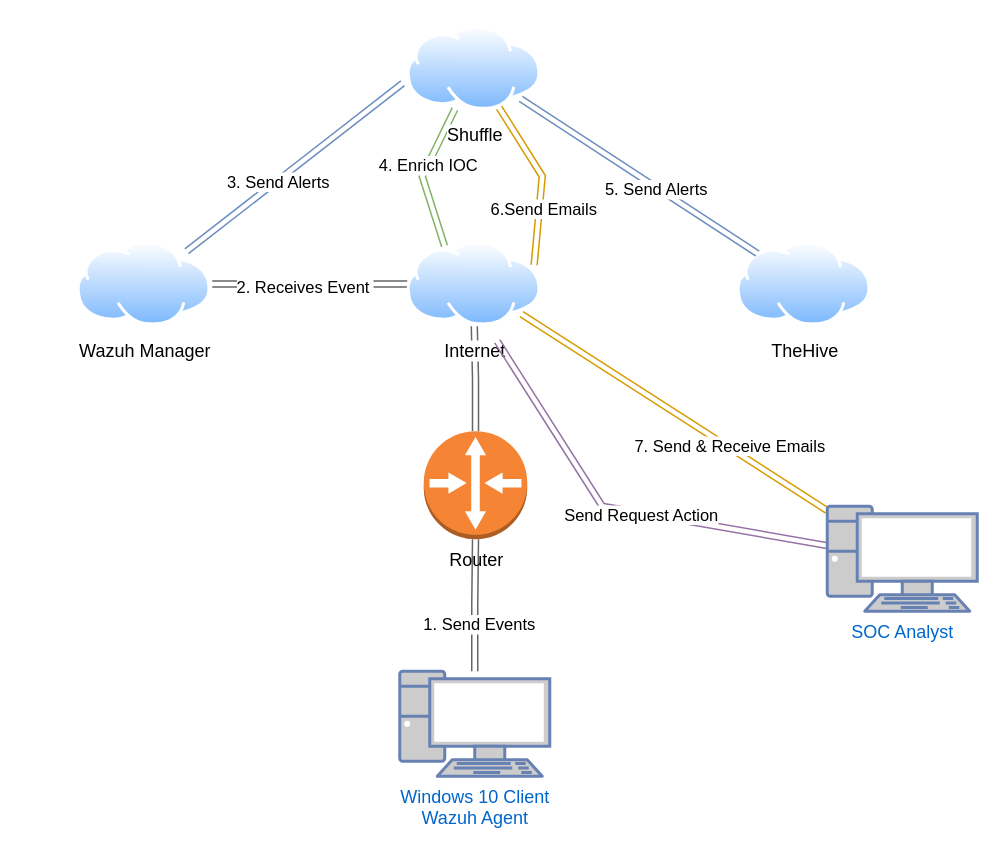
This is Untitled Diagram.drawio from Haynes013/PortfolioWebsite, a draw.io file, before an edit. Source tidied: cells renumbered, new cells numbered last; positions are measured from the earlier drawing's top-left corner, leaving out a move shared by most shapes. Both pictures are drawn from the tidied source at 150%, with x=0, y=0 at pixel (76, 26).
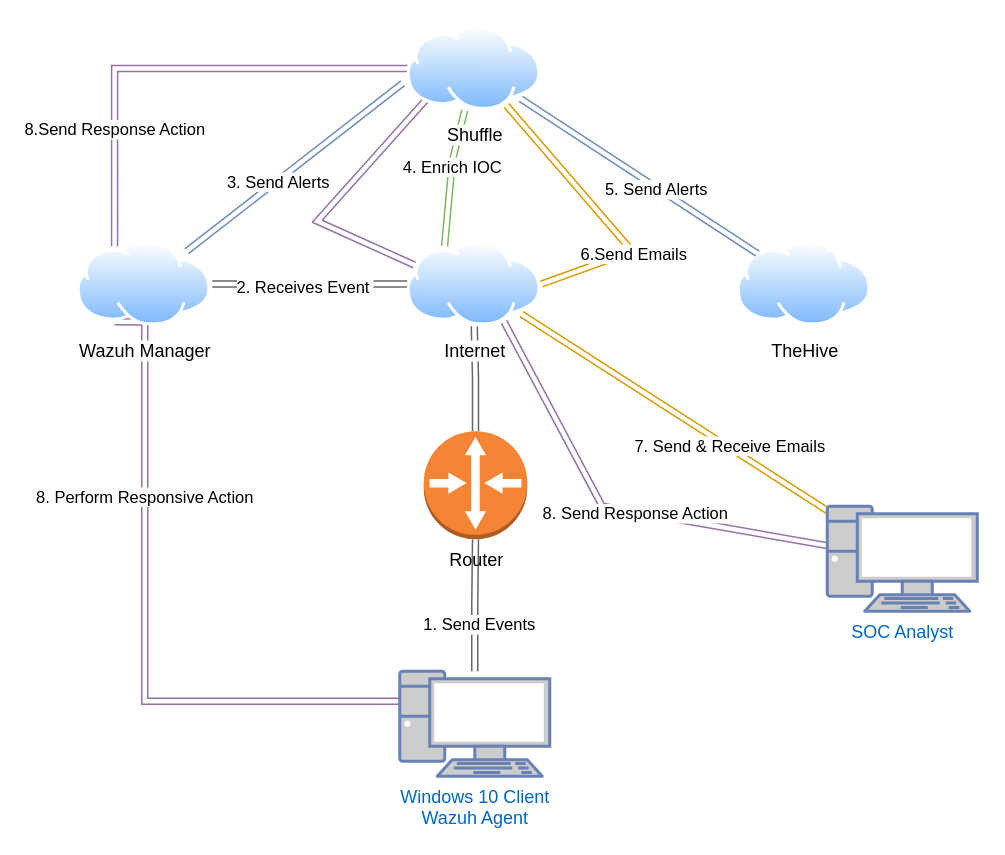
The same diagram, later.

Commit message:
Finished Network Diagram

The change refers to these unchanged cells:
```xml
<mxCell id="4" value="Windows 10 Client&lt;div&gt;Wazuh Agent&lt;/div&gt;" style="fontColor=#0066CC;verticalAlign=top;verticalLabelPosition=bottom;labelPosition=center;align=center;html=1;outlineConnect=0;fillColor=#CCCCCC;strokeColor=#6881B3;gradientColor=none;gradientDirection=north;strokeWidth=2;shape=mxgraph.networks.pc;" parent="1" vertex="1">
  <mxGeometry x="215" y="430" width="100" height="70" as="geometry" />
</mxCell>
<mxCell id="9" value="Internet" style="image;perimeter=ellipsePerimeter;html=1;align=center;shadow=0;dashed=0;spacingTop=3;image=img/lib/active_directory/internet_cloud.svg;" parent="1" vertex="1">
  <mxGeometry x="220" y="143.7" width="89.4" height="56.3" as="geometry" />
</mxCell>
<mxCell id="12" value="Wazuh Manager" style="image;perimeter=ellipsePerimeter;html=1;align=center;shadow=0;dashed=0;spacingTop=3;image=img/lib/active_directory/internet_cloud.svg;" parent="1" vertex="1">
  <mxGeometry y="143.7" width="89.4" height="56.3" as="geometry" />
</mxCell>
<mxCell id="20" value="Shuffle" style="image;perimeter=ellipsePerimeter;html=1;align=center;shadow=0;dashed=0;spacingTop=3;image=img/lib/active_directory/internet_cloud.svg;" parent="1" vertex="1">
  <mxGeometry x="220" width="89.4" height="56.3" as="geometry" />
</mxCell>
<mxCell id="25" value="SOC Analyst" style="fontColor=#0066CC;verticalAlign=top;verticalLabelPosition=bottom;labelPosition=center;align=center;html=1;outlineConnect=0;fillColor=#CCCCCC;strokeColor=#6881B3;gradientColor=none;gradientDirection=north;strokeWidth=2;shape=mxgraph.networks.pc;" parent="1" vertex="1">
  <mxGeometry x="500" y="320" width="100" height="70" as="geometry" />
</mxCell>
```

Diff of the diagram source:
```diff
@@
+    <mxCell id="26" style="rounded=0;jettySize=auto;html=1;exitX=0;exitY=0.25;exitDx=0;exitDy=0;entryX=0;entryY=1;entryDx=0;entryDy=0;fillColor=#e1d5e7;strokeColor=#9673a6;shape=link;" parent="1" edge="1" source="9" target="20">
+      <mxGeometry relative="1" as="geometry">
+        <Array as="points">
+          <mxPoint x="160" y="130" />
+        </Array>
+      </mxGeometry>
+    </mxCell>
@@
+    <mxCell id="27" style="edgeStyle=orthogonalEdgeStyle;rounded=0;jettySize=auto;html=1;exitX=0.25;exitY=1;exitDx=0;exitDy=0;shape=link;fillColor=#e1d5e7;strokeColor=#9673a6;width=4;" parent="1" edge="1" source="12" target="4">
+      <mxGeometry relative="1" as="geometry">
+        <Array as="points">
+          <mxPoint x="45" y="197" />
+          <mxPoint x="45" y="450" />
+        </Array>
+      </mxGeometry>
+    </mxCell>
+    <mxCell id="28" value="8. Perform Responsive Action" style="edgeLabel;html=1;align=center;verticalAlign=middle;" parent="27" vertex="1">
+      <mxGeometry x="-0.38" y="-1" relative="1" as="geometry" />
+    </mxCell>
@@
     <mxCell id="14" style="rounded=0;jettySize=auto;html=1;entryX=0.25;entryY=0;entryDx=0;entryDy=0;fillColor=#d5e8d4;strokeColor=#82b366;shape=link;" parent="1" edge="1" source="20" target="9">
       <mxGeometry relative="1" as="geometry">
         <Array as="points">
-          <mxPoint x="230" y="100" />
+          <mxPoint x="250" y="90" />
         </Array>
       </mxGeometry>
     </mxCell>
@@
-    <mxCell id="18" style="rounded=0;jettySize=auto;html=1;entryX=1;entryY=0.25;entryDx=0;entryDy=0;shape=link;fillColor=#ffe6cc;strokeColor=#d79b00;" parent="1" edge="1" source="20" target="9">
+    <mxCell id="18" style="rounded=0;jettySize=auto;html=1;entryX=1;entryY=0.5;entryDx=0;entryDy=0;shape=link;fillColor=#ffe6cc;strokeColor=#d79b00;" parent="1" edge="1" source="20" target="9">
       <mxGeometry relative="1" as="geometry">
         <Array as="points">
-          <mxPoint x="310" y="100" />
+          <mxPoint x="370" y="150" />
         </Array>
       </mxGeometry>
     </mxCell>
@@
+    <mxCell id="29" style="edgeStyle=orthogonalEdgeStyle;rounded=0;jettySize=auto;html=1;entryX=0.25;entryY=0;entryDx=0;entryDy=0;fillColor=#e1d5e7;strokeColor=#9673a6;shape=link;" parent="1" edge="1" source="20" target="12">
+      <mxGeometry relative="1" as="geometry" />
+    </mxCell>
+    <mxCell id="30" value="8.Send Response Action" style="edgeLabel;html=1;align=center;verticalAlign=middle;" parent="29" vertex="1">
+      <mxGeometry x="0.5" relative="1" as="geometry" />
+    </mxCell>
@@
-    <mxCell id="23" style="rounded=0;jettySize=auto;html=1;fillColor=#e1d5e7;strokeColor=#9673a6;shape=link;" parent="1" edge="1" source="25">
+    <mxCell id="23" style="rounded=0;jettySize=auto;html=1;fillColor=#e1d5e7;strokeColor=#9673a6;shape=link;entryX=0.75;entryY=1;entryDx=0;entryDy=0;" parent="1" edge="1" source="25" target="9">
       <mxGeometry relative="1" as="geometry">
-        <mxPoint x="280" y="210" as="targetPoint" />
         <Array as="points">
           <mxPoint x="350" y="320" />
         </Array>
       </mxGeometry>
     </mxCell>
-    <mxCell id="24" value="Send Request Action" style="edgeLabel;html=1;align=center;verticalAlign=middle;" parent="23" vertex="1">
+    <mxCell id="24" value="8. Send Response Action" style="edgeLabel;html=1;align=center;verticalAlign=middle;" parent="23" vertex="1">
       <mxGeometry x="-0.11" y="1" relative="1" as="geometry" />
     </mxCell>
```
